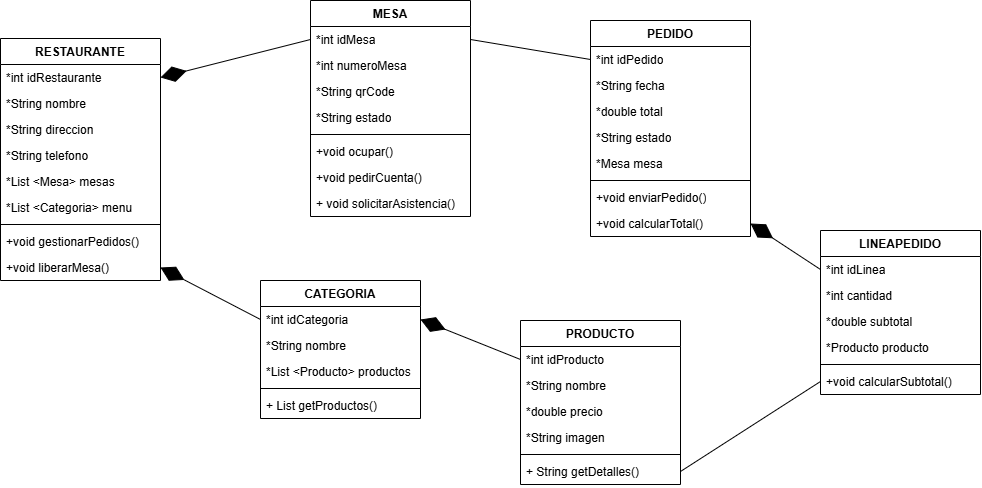
Earlier version of the draw.io export Diagramas/DiagramaClases.png (NoelSamaDEV/Proyecto2-DAM). Source tidied: cells renumbered, new cells last; positions are measured from the earlier drawing's top-left corner, leaving out a move shared by most shapes.
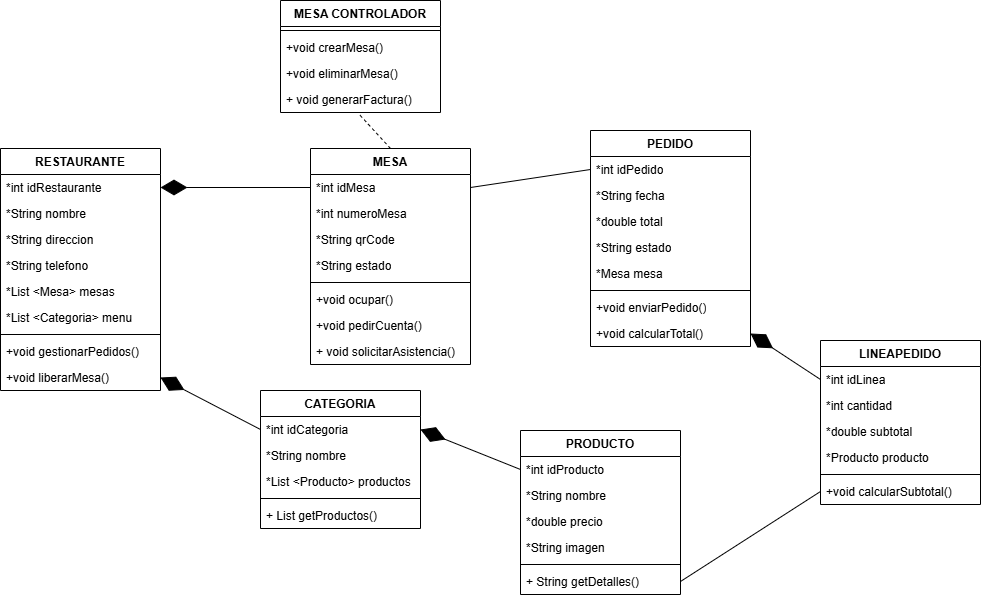
After the commit.

The edit, as a diff of the source:
```diff
@@ -72,7 +72,7 @@
       <mxGeometry y="138" width="160" height="26" as="geometry" />
     </mxCell>
     <mxCell id="25" value="MESA" style="swimlane;fontStyle=1;align=center;verticalAlign=top;horizontal=1;startSize=26;whiteSpace=wrap;html=1;" parent="1" vertex="1">
-      <mxGeometry x="310" width="160" height="216" as="geometry" />
+      <mxGeometry x="310" y="38" width="160" height="216" as="geometry" />
     </mxCell>
     <mxCell id="26" value="*int idMesa" style="text;strokeColor=none;fillColor=none;align=left;verticalAlign=top;spacingLeft=4;spacingRight=4;overflow=hidden;points=[[0,0.5],[1,0.5]];portConstraint=eastwest;whiteSpace=wrap;html=1;" parent="25" vertex="1">
       <mxGeometry y="26" width="160" height="26" as="geometry" />
@@ -164,5 +164,23 @@
     <mxCell id="55" style="endArrow=none;html=1;rounded=0;entryX=1;entryY=0.5;entryDx=0;entryDy=0;exitX=0;exitY=0.5;exitDx=0;exitDy=0;" parent="1" edge="1" source="49" target="24">
       <mxGeometry relative="1" as="geometry" />
     </mxCell>
+    <mxCell id="56" value="MESA CONTROLADOR" style="swimlane;fontStyle=1;align=center;verticalAlign=top;horizontal=1;startSize=26;whiteSpace=wrap;html=1;" parent="1" vertex="1">
+      <mxGeometry x="280" y="-110" width="160" height="112" as="geometry" />
+    </mxCell>
+    <mxCell id="57" style="line;strokeWidth=1;fillColor=none;align=left;verticalAlign=middle;spacingTop=-1;spacingLeft=3;spacingRight=3;labelPosition=right;strokeColor=inherit;" parent="56" vertex="1">
+      <mxGeometry y="26" width="160" height="8" as="geometry" />
+    </mxCell>
+    <mxCell id="58" value="+void crearMesa()" style="text;strokeColor=none;fillColor=none;align=left;verticalAlign=top;spacingLeft=4;spacingRight=4;overflow=hidden;whiteSpace=wrap;html=1;" parent="56" vertex="1">
+      <mxGeometry y="34" width="160" height="26" as="geometry" />
+    </mxCell>
+    <mxCell id="59" value="+void eliminarMesa()" style="text;strokeColor=none;fillColor=none;align=left;verticalAlign=top;spacingLeft=4;spacingRight=4;overflow=hidden;whiteSpace=wrap;html=1;" parent="56" vertex="1">
+      <mxGeometry y="60" width="160" height="26" as="geometry" />
+    </mxCell>
+    <mxCell id="60" value="+ void generarFactura()" style="text;strokeColor=none;fillColor=none;align=left;verticalAlign=top;spacingLeft=4;spacingRight=4;overflow=hidden;points=[[0,0.5],[1,0.5]];portConstraint=eastwest;whiteSpace=wrap;html=1;" parent="56" vertex="1">
+      <mxGeometry y="86" width="160" height="26" as="geometry" />
+    </mxCell>
+    <mxCell id="61" style="endArrow=none;dashed=1;html=1;rounded=0;entryX=0.494;entryY=1.085;entryDx=0;entryDy=0;exitX=0.5;exitY=0;exitDx=0;exitDy=0;entryPerimeter=0;" parent="1" edge="1" source="25" target="60">
+      <mxGeometry relative="1" as="geometry" />
+    </mxCell>
   </root>
 </mxGraphModel>
```
